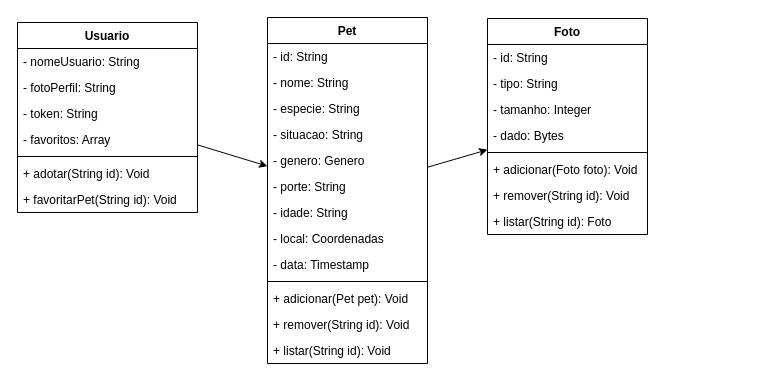
This is Diagrama de Classe.drawio from viniciussilverio/petsgo, a draw.io file, before an edit. Source tidied: cells renumbered, new cells numbered last; positions are measured from the earlier drawing's top-left corner, leaving out a move shared by most shapes. Both pictures are drawn from the tidied source at 100%, with x=0, y=0 at pixel (17, 17).
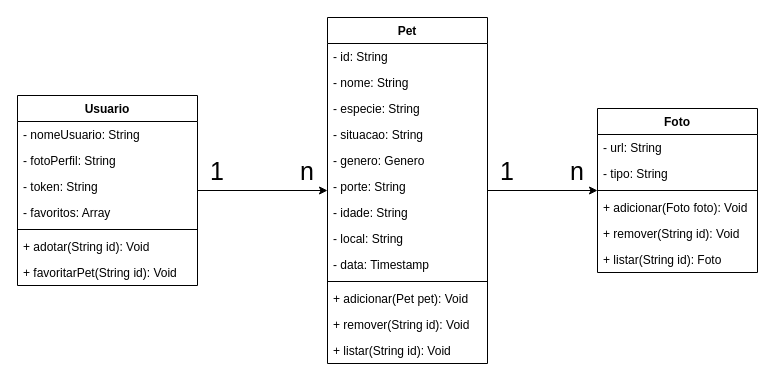
After the change.

Change to the diagram source:
```diff
@@
     <mxCell id="2" value="Pet" style="swimlane;fontStyle=1;align=center;verticalAlign=top;horizontal=1;startSize=26;" parent="1" vertex="1">
-      <mxGeometry x="250" width="160" height="346" as="geometry" />
+      <mxGeometry x="310" width="160" height="346" as="geometry" />
     </mxCell>
@@
-    <mxCell id="10" value="- local: Coordenadas" style="text;strokeColor=none;fillColor=none;align=left;verticalAlign=top;spacingLeft=4;spacingRight=4;overflow=hidden;" parent="2" vertex="1">
+    <mxCell id="10" value="- local: String" style="text;strokeColor=none;fillColor=none;align=left;verticalAlign=top;spacingLeft=4;spacingRight=4;overflow=hidden;" parent="2" vertex="1">
       <mxGeometry y="208" width="160" height="26" as="geometry" />
     </mxCell>
@@
     <mxCell id="16" value="Foto" style="swimlane;fontStyle=1;align=center;verticalAlign=top;horizontal=1;startSize=26;" parent="1" vertex="1">
-      <mxGeometry x="470" y="1" width="160" height="216" as="geometry" />
+      <mxGeometry x="580" y="91" width="160" height="164" as="geometry" />
     </mxCell>
-    <mxCell id="17" value="- id: String" style="text;strokeColor=none;fillColor=none;align=left;verticalAlign=top;spacingLeft=4;spacingRight=4;overflow=hidden;" parent="16" vertex="1">
+    <mxCell id="17" value="- url: String" style="text;strokeColor=none;fillColor=none;align=left;verticalAlign=top;spacingLeft=4;spacingRight=4;overflow=hidden;" parent="16" vertex="1">
       <mxGeometry y="26" width="160" height="26" as="geometry" />
     </mxCell>
@@
-    <mxCell id="19" value="- tamanho: Integer" style="text;strokeColor=none;fillColor=none;align=left;verticalAlign=top;spacingLeft=4;spacingRight=4;overflow=hidden;" parent="16" vertex="1">
-      <mxGeometry y="78" width="160" height="26" as="geometry" />
-    </mxCell>
-    <mxCell id="20" value="- dado: Bytes" style="text;strokeColor=none;fillColor=none;align=left;verticalAlign=top;spacingLeft=4;spacingRight=4;overflow=hidden;" parent="16" vertex="1">
-      <mxGeometry y="104" width="160" height="26" as="geometry" />
-    </mxCell>
     <mxCell id="21" style="line;strokeWidth=1;fillColor=none;align=left;verticalAlign=middle;spacingTop=-1;spacingLeft=3;spacingRight=3;labelPosition=right;" parent="16" vertex="1">
-      <mxGeometry y="130" width="160" height="8" as="geometry" />
+      <mxGeometry y="78" width="160" height="8" as="geometry" />
     </mxCell>
     <mxCell id="22" value="+ adicionar(Foto foto): Void" style="text;strokeColor=none;fillColor=none;align=left;verticalAlign=top;spacingLeft=4;spacingRight=4;overflow=hidden;" parent="16" vertex="1">
-      <mxGeometry y="138" width="160" height="26" as="geometry" />
+      <mxGeometry y="86" width="160" height="26" as="geometry" />
     </mxCell>
     <mxCell id="23" value="+ remover(String id): Void" style="text;strokeColor=none;fillColor=none;align=left;verticalAlign=top;spacingLeft=4;spacingRight=4;overflow=hidden;" parent="16" vertex="1">
-      <mxGeometry y="164" width="160" height="26" as="geometry" />
+      <mxGeometry y="112" width="160" height="26" as="geometry" />
     </mxCell>
     <mxCell id="24" value="+ listar(String id): Foto" style="text;strokeColor=none;fillColor=none;align=left;verticalAlign=top;spacingLeft=4;spacingRight=4;overflow=hidden;" parent="16" vertex="1">
-      <mxGeometry y="190" width="160" height="26" as="geometry" />
+      <mxGeometry y="138" width="160" height="26" as="geometry" />
     </mxCell>
@@
     <mxCell id="27" value="Usuario" style="swimlane;fontStyle=1;align=center;verticalAlign=top;horizontal=1;startSize=26;" parent="1" vertex="1">
-      <mxGeometry y="5" width="180" height="190" as="geometry" />
+      <mxGeometry y="78" width="180" height="190" as="geometry" />
     </mxCell>
@@
+    <mxCell id="35" value="&lt;font style=&quot;font-size: 25px&quot;&gt;1&lt;/font&gt;" style="text;html=1;strokeColor=none;fillColor=none;align=center;verticalAlign=middle;whiteSpace=wrap;rounded=0;" parent="1" vertex="1">
+      <mxGeometry x="180" y="143" width="40" height="20" as="geometry" />
+    </mxCell>
+    <mxCell id="36" value="&lt;font style=&quot;font-size: 25px&quot;&gt;n&lt;/font&gt;" style="text;html=1;strokeColor=none;fillColor=none;align=center;verticalAlign=middle;whiteSpace=wrap;rounded=0;" parent="1" vertex="1">
+      <mxGeometry x="270" y="143" width="40" height="20" as="geometry" />
+    </mxCell>
+    <mxCell id="37" value="&lt;font style=&quot;font-size: 25px&quot;&gt;n&lt;/font&gt;" style="text;html=1;strokeColor=none;fillColor=none;align=center;verticalAlign=middle;whiteSpace=wrap;rounded=0;" parent="1" vertex="1">
+      <mxGeometry x="540" y="143" width="40" height="20" as="geometry" />
+    </mxCell>
+    <mxCell id="38" value="&lt;font style=&quot;font-size: 25px&quot;&gt;1&lt;/font&gt;" style="text;html=1;strokeColor=none;fillColor=none;align=center;verticalAlign=middle;whiteSpace=wrap;rounded=0;" parent="1" vertex="1">
+      <mxGeometry x="470" y="143" width="40" height="20" as="geometry" />
+    </mxCell>
```
